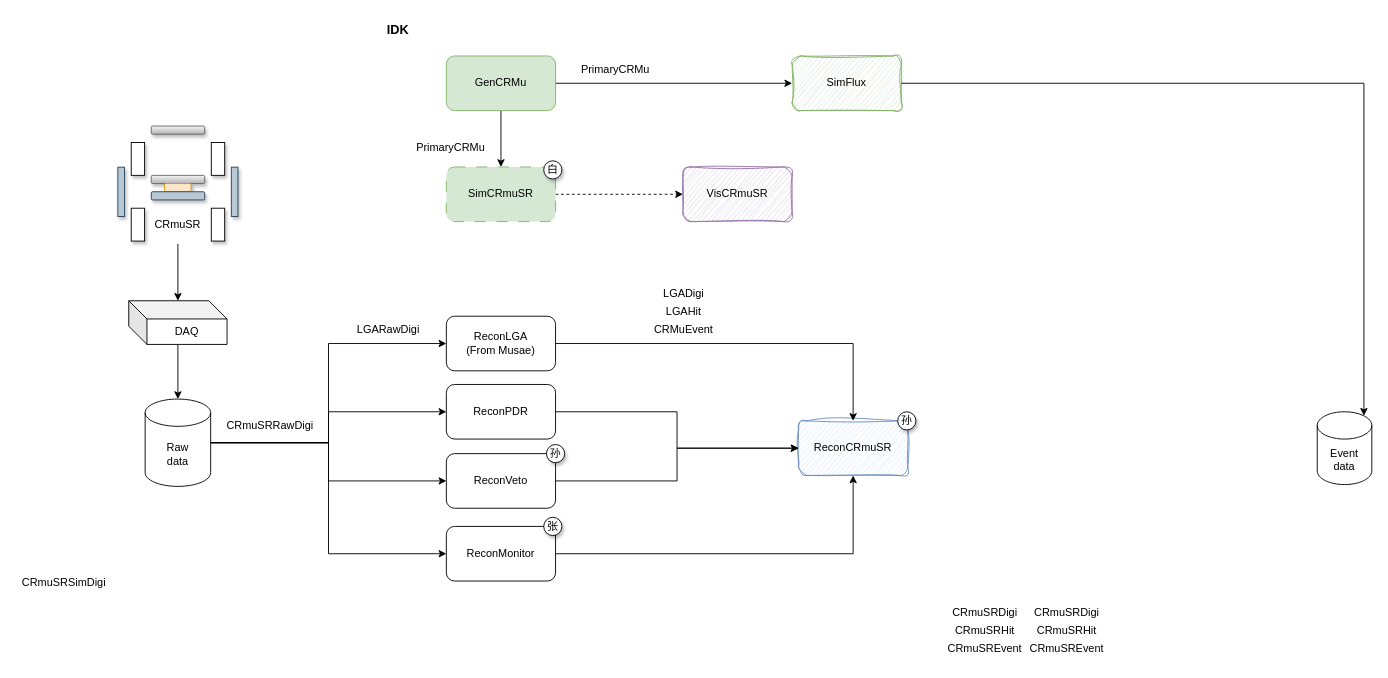
Above: CRmuSRRecon.drawio in Lawrence-Sun/diagrams (draw.io), before the change. Source tidied: cells renumbered, new cells numbered last; positions are measured from the earlier drawing's top-left corner, leaving out a move shared by most shapes. Both pictures are drawn from the tidied source at 91%, with x=0, y=0 at pixel (15, 15).
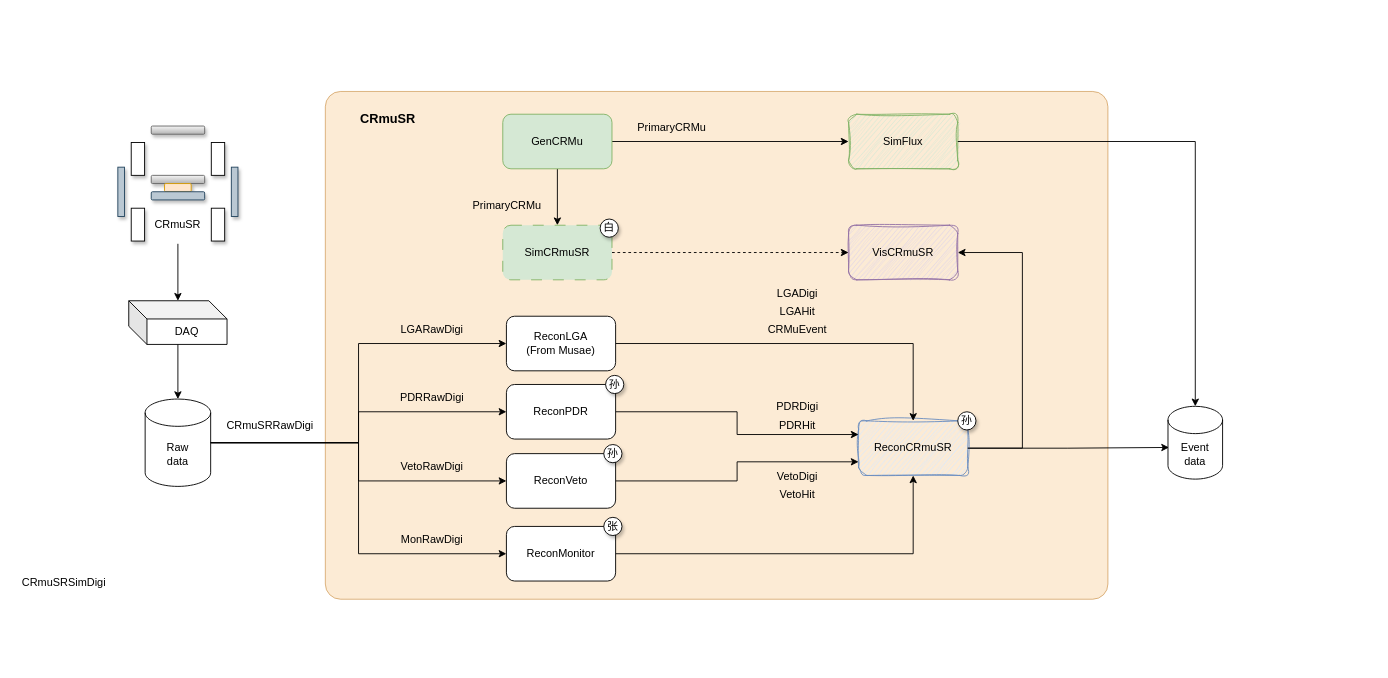
After the change.

What changed in the source:
```diff
@@
+    <mxCell id="59" style="rounded=1;whiteSpace=wrap;html=1;arcSize=3;fillColor=#fad7ac;strokeColor=#b46504;opacity=50;" parent="1" vertex="1">
+      <mxGeometry x="340" y="83" width="860" height="558" as="geometry" />
+    </mxCell>
+    <mxCell id="60" style="edgeStyle=orthogonalEdgeStyle;rounded=0;jettySize=auto;html=1;entryX=1;entryY=0.5;entryDx=0;entryDy=0;" parent="1" edge="1" source="2" target="4">
+      <mxGeometry relative="1" as="geometry">
+        <Array as="points">
+          <mxPoint x="1106" y="475" />
+          <mxPoint x="1106" y="260" />
+        </Array>
+      </mxGeometry>
+    </mxCell>
     <mxCell id="2" value="ReconCRmuSR" style="rounded=1;whiteSpace=wrap;html=1;fillColor=#dae8fc;strokeColor=#6c8ebf;sketch=1;curveFitting=1;jiggle=2;" parent="1" vertex="1">
-      <mxGeometry x="860" y="445" width="120" height="60" as="geometry" />
+      <mxGeometry x="926" y="445" width="120" height="60" as="geometry" />
     </mxCell>
     <mxCell id="3" value="Event&lt;div&gt;data&lt;/div&gt;" style="shape=cylinder3;whiteSpace=wrap;html=1;boundedLbl=1;backgroundOutline=1;size=15;" parent="1" vertex="1">
-      <mxGeometry x="1430" y="435" width="60" height="80" as="geometry" />
+      <mxGeometry x="1266" y="429" width="60" height="80" as="geometry" />
     </mxCell>
     <mxCell id="4" value="VisCRmuSR" style="rounded=1;whiteSpace=wrap;html=1;fillColor=#e1d5e7;strokeColor=#9673a6;sketch=1;curveFitting=1;jiggle=2;" parent="1" vertex="1">
-      <mxGeometry x="733" y="166" width="120" height="60" as="geometry" />
+      <mxGeometry x="915" y="230" width="120" height="60" as="geometry" />
     </mxCell>
@@
     <mxCell id="7" value="GenCRMu" style="rounded=1;whiteSpace=wrap;html=1;fillColor=#d5e8d4;strokeColor=#82b366;" parent="1" vertex="1">
-      <mxGeometry x="473" y="44" width="120" height="60" as="geometry" />
+      <mxGeometry x="535" y="108" width="120" height="60" as="geometry" />
     </mxCell>
@@
     <mxCell id="9" value="SimCRmuSR" style="rounded=1;whiteSpace=wrap;html=1;fillColor=#d5e8d4;strokeColor=#82b366;glass=0;dashed=1;dashPattern=12 12;" parent="1" vertex="1">
-      <mxGeometry x="473" y="166" width="120" height="60" as="geometry" />
+      <mxGeometry x="535" y="230" width="120" height="60" as="geometry" />
     </mxCell>
-    <mxCell id="10" value="&lt;b&gt;&lt;font style=&quot;font-size: 14px;&quot;&gt;IDK&lt;/font&gt;&lt;/b&gt;" style="text;html=1;whiteSpace=wrap;strokeColor=none;fillColor=none;align=center;verticalAlign=middle;rounded=0;" parent="1" vertex="1">
-      <mxGeometry x="390" width="60" height="30" as="geometry" />
+    <mxCell id="10" value="&lt;b&gt;&lt;font style=&quot;font-size: 14px;&quot;&gt;CRmuSR&lt;/font&gt;&lt;/b&gt;" style="text;html=1;whiteSpace=wrap;strokeColor=none;fillColor=none;align=center;verticalAlign=middle;rounded=0;" parent="1" vertex="1">
+      <mxGeometry x="379" y="98" width="60" height="30" as="geometry" />
     </mxCell>
     <mxCell id="11" value="SimFlux" style="rounded=1;whiteSpace=wrap;html=1;fillColor=#d5e8d4;strokeColor=#82b366;sketch=1;curveFitting=1;jiggle=2;" parent="1" vertex="1">
-      <mxGeometry x="853" y="44" width="120" height="60" as="geometry" />
+      <mxGeometry x="915" y="108" width="120" height="60" as="geometry" />
     </mxCell>
-    <mxCell id="12" style="edgeStyle=orthogonalEdgeStyle;rounded=0;jettySize=auto;html=1;entryX=0.855;entryY=0;entryDx=0;entryDy=4.35;entryPerimeter=0;" parent="1" edge="1" source="11" target="3">
+    <mxCell id="12" style="edgeStyle=orthogonalEdgeStyle;rounded=0;jettySize=auto;html=1;entryX=0.5;entryY=0;entryDx=0;entryDy=0;entryPerimeter=0;" parent="1" edge="1" source="11" target="3">
       <mxGeometry relative="1" as="geometry" />
     </mxCell>
     <mxCell id="13" value="白" style="ellipse;whiteSpace=wrap;html=1;shadow=1;" parent="1" vertex="1">
-      <mxGeometry x="580" y="159.2" width="20" height="20" as="geometry" />
+      <mxGeometry x="642" y="223.2" width="20" height="20" as="geometry" />
     </mxCell>
     <mxCell id="14" value="PrimaryCRMu" style="text;html=1;whiteSpace=wrap;strokeColor=none;fillColor=none;align=center;verticalAlign=middle;rounded=0;" parent="1" vertex="1">
-      <mxGeometry x="614" y="44" width="90" height="30" as="geometry" />
+      <mxGeometry x="676" y="108" width="90" height="30" as="geometry" />
     </mxCell>
     <mxCell id="15" value="PrimaryCRMu" style="text;html=1;whiteSpace=wrap;strokeColor=none;fillColor=none;align=center;verticalAlign=middle;rounded=0;" parent="1" vertex="1">
-      <mxGeometry x="433" y="130" width="90" height="30" as="geometry" />
+      <mxGeometry x="495" y="194" width="90" height="30" as="geometry" />
     </mxCell>
@@
-    <mxCell id="18" value="CRmuSRHit" style="text;html=1;whiteSpace=wrap;strokeColor=none;fillColor=none;align=center;verticalAlign=middle;rounded=0;" parent="1" vertex="1">
-      <mxGeometry x="1110" y="661" width="90" height="30" as="geometry" />
-    </mxCell>
-    <mxCell id="19" value="CRmuSRDigi" style="text;html=1;whiteSpace=wrap;strokeColor=none;fillColor=none;align=center;verticalAlign=middle;rounded=0;" parent="1" vertex="1">
-      <mxGeometry x="1110" y="641" width="90" height="30" as="geometry" />
-    </mxCell>
-    <mxCell id="20" value="CRmuSREvent" style="text;html=1;whiteSpace=wrap;strokeColor=none;fillColor=none;align=center;verticalAlign=middle;rounded=0;" parent="1" vertex="1">
-      <mxGeometry x="1110" y="681" width="90" height="30" as="geometry" />
-    </mxCell>
-    <mxCell id="21" value="CRmuSRHit" style="text;html=1;whiteSpace=wrap;strokeColor=none;fillColor=none;align=center;verticalAlign=middle;rounded=0;" parent="1" vertex="1">
-      <mxGeometry x="1020" y="661" width="90" height="30" as="geometry" />
-    </mxCell>
-    <mxCell id="22" value="CRmuSRDigi" style="text;html=1;whiteSpace=wrap;strokeColor=none;fillColor=none;align=center;verticalAlign=middle;rounded=0;" parent="1" vertex="1">
-      <mxGeometry x="1020" y="641" width="90" height="30" as="geometry" />
-    </mxCell>
-    <mxCell id="23" value="CRmuSREvent" style="text;html=1;whiteSpace=wrap;strokeColor=none;fillColor=none;align=center;verticalAlign=middle;rounded=0;" parent="1" vertex="1">
-      <mxGeometry x="1020" y="681" width="90" height="30" as="geometry" />
-    </mxCell>
@@
     <mxCell id="25" value="ReconLGA&lt;div&gt;(From Musae)&lt;/div&gt;" style="rounded=1;whiteSpace=wrap;html=1;" parent="1" vertex="1">
-      <mxGeometry x="473" y="330" width="120" height="60" as="geometry" />
+      <mxGeometry x="539" y="330" width="120" height="60" as="geometry" />
     </mxCell>
-    <mxCell id="26" style="edgeStyle=orthogonalEdgeStyle;rounded=0;jettySize=auto;html=1;" parent="1" edge="1" source="27" target="2">
+    <mxCell id="26" style="edgeStyle=orthogonalEdgeStyle;rounded=0;jettySize=auto;html=1;entryX=0;entryY=0.25;entryDx=0;entryDy=0;" parent="1" edge="1" source="27" target="2">
       <mxGeometry relative="1" as="geometry" />
     </mxCell>
     <mxCell id="27" value="ReconPDR" style="rounded=1;whiteSpace=wrap;html=1;" parent="1" vertex="1">
-      <mxGeometry x="473" y="405" width="120" height="60" as="geometry" />
+      <mxGeometry x="539" y="405" width="120" height="60" as="geometry" />
     </mxCell>
@@
     <mxCell id="29" value="ReconMonitor" style="rounded=1;whiteSpace=wrap;html=1;" parent="1" vertex="1">
-      <mxGeometry x="473" y="561" width="120" height="60" as="geometry" />
+      <mxGeometry x="539" y="561" width="120" height="60" as="geometry" />
     </mxCell>
-    <mxCell id="30" style="edgeStyle=orthogonalEdgeStyle;rounded=0;jettySize=auto;html=1;entryX=0;entryY=0.5;entryDx=0;entryDy=0;" parent="1" edge="1" source="31" target="2">
+    <mxCell id="30" style="edgeStyle=orthogonalEdgeStyle;rounded=0;jettySize=auto;html=1;entryX=0;entryY=0.75;entryDx=0;entryDy=0;" parent="1" edge="1" source="31" target="2">
       <mxGeometry relative="1" as="geometry" />
     </mxCell>
     <mxCell id="31" value="ReconVeto" style="rounded=1;whiteSpace=wrap;html=1;" parent="1" vertex="1">
-      <mxGeometry x="473" y="481" width="120" height="60" as="geometry" />
+      <mxGeometry x="539" y="481" width="120" height="60" as="geometry" />
     </mxCell>
@@
     <mxCell id="52" value="LGADigi" style="text;html=1;whiteSpace=wrap;strokeColor=none;fillColor=none;align=center;verticalAlign=middle;rounded=0;" parent="1" vertex="1">
-      <mxGeometry x="704" y="290" width="60" height="30" as="geometry" />
+      <mxGeometry x="829" y="290" width="60" height="30" as="geometry" />
     </mxCell>
-    <mxCell id="53" value="LGAHit" style="text;html=1;whiteSpace=wrap;strokeColor=none;fillColor=none;align=center;verticalAlign=middle;rounded=0;" parent="1" vertex="1">
-      <mxGeometry x="704" y="310" width="60" height="30" as="geometry" />
+    <mxCell id="53" value="LGAHit" style="text;html=1;whiteSpace=wrap;strokeColor=none;fillColor=none;align=center;verticalAlign=middle;rounded=0;fontColor=light-dark(#000000,#FF8000);" parent="1" vertex="1">
+      <mxGeometry x="829" y="310" width="60" height="30" as="geometry" />
     </mxCell>
-    <mxCell id="54" value="CRMuEvent" style="text;html=1;whiteSpace=wrap;strokeColor=none;fillColor=none;align=center;verticalAlign=middle;rounded=0;" parent="1" vertex="1">
-      <mxGeometry x="704" y="330" width="60" height="30" as="geometry" />
+    <mxCell id="54" value="CRMuEvent" style="text;html=1;whiteSpace=wrap;strokeColor=none;fillColor=none;align=center;verticalAlign=middle;rounded=0;fontColor=light-dark(#000000,#FF8000);" parent="1" vertex="1">
+      <mxGeometry x="829" y="330" width="60" height="30" as="geometry" />
     </mxCell>
     <mxCell id="55" value="LGARawDigi" style="text;html=1;whiteSpace=wrap;strokeColor=none;fillColor=none;align=center;verticalAlign=middle;rounded=0;" parent="1" vertex="1">
-      <mxGeometry x="360" y="330" width="99" height="30" as="geometry" />
+      <mxGeometry x="408" y="330" width="99" height="30" as="geometry" />
     </mxCell>
     <mxCell id="56" value="张" style="ellipse;whiteSpace=wrap;html=1;shadow=1;" parent="1" vertex="1">
-      <mxGeometry x="580" y="551" width="20" height="20" as="geometry" />
+      <mxGeometry x="646" y="551" width="20" height="20" as="geometry" />
     </mxCell>
     <mxCell id="57" value="孙" style="ellipse;whiteSpace=wrap;html=1;shadow=1;" parent="1" vertex="1">
-      <mxGeometry x="969" y="435" width="20" height="20" as="geometry" />
+      <mxGeometry x="1035" y="435" width="20" height="20" as="geometry" />
     </mxCell>
     <mxCell id="58" value="孙" style="ellipse;whiteSpace=wrap;html=1;shadow=1;" parent="1" vertex="1">
-      <mxGeometry x="583" y="471" width="20" height="20" as="geometry" />
+      <mxGeometry x="648" y="395" width="20" height="20" as="geometry" />
     </mxCell>
+    <mxCell id="61" value="PDRDigi" style="text;html=1;whiteSpace=wrap;strokeColor=none;fillColor=none;align=center;verticalAlign=middle;rounded=0;" parent="1" vertex="1">
+      <mxGeometry x="829" y="415" width="60" height="30" as="geometry" />
+    </mxCell>
+    <mxCell id="62" value="PDRHit" style="text;html=1;whiteSpace=wrap;strokeColor=none;fillColor=none;align=center;verticalAlign=middle;rounded=0;fontColor=light-dark(#000000,#FF8000);" parent="1" vertex="1">
+      <mxGeometry x="829" y="435" width="60" height="30" as="geometry" />
+    </mxCell>
+    <mxCell id="63" value="孙" style="ellipse;whiteSpace=wrap;html=1;shadow=1;" parent="1" vertex="1">
+      <mxGeometry x="646" y="471" width="20" height="20" as="geometry" />
+    </mxCell>
+    <mxCell id="64" value="VetoDigi" style="text;html=1;whiteSpace=wrap;strokeColor=none;fillColor=none;align=center;verticalAlign=middle;rounded=0;" parent="1" vertex="1">
+      <mxGeometry x="829" y="491" width="60" height="30" as="geometry" />
+    </mxCell>
+    <mxCell id="65" value="VetoHit" style="text;html=1;whiteSpace=wrap;strokeColor=none;fillColor=none;align=center;verticalAlign=middle;rounded=0;fontColor=light-dark(#000000,#FF8000);" parent="1" vertex="1">
+      <mxGeometry x="829" y="511" width="60" height="30" as="geometry" />
+    </mxCell>
+    <mxCell id="66" style="edgeStyle=orthogonalEdgeStyle;rounded=0;jettySize=auto;html=1;entryX=0.019;entryY=0.565;entryDx=0;entryDy=0;entryPerimeter=0;" parent="1" edge="1" source="2" target="3">
+      <mxGeometry relative="1" as="geometry" />
+    </mxCell>
+    <mxCell id="67" value="PDRRawDigi" style="text;html=1;whiteSpace=wrap;strokeColor=none;fillColor=none;align=center;verticalAlign=middle;rounded=0;" parent="1" vertex="1">
+      <mxGeometry x="408" y="405" width="99" height="30" as="geometry" />
+    </mxCell>
+    <mxCell id="68" value="MonRawDigi" style="text;html=1;whiteSpace=wrap;strokeColor=none;fillColor=none;align=center;verticalAlign=middle;rounded=0;" parent="1" vertex="1">
+      <mxGeometry x="408" y="561" width="99" height="30" as="geometry" />
+    </mxCell>
+    <mxCell id="69" value="VetoRawDigi" style="text;html=1;whiteSpace=wrap;strokeColor=none;fillColor=none;align=center;verticalAlign=middle;rounded=0;" parent="1" vertex="1">
+      <mxGeometry x="408" y="481" width="99" height="30" as="geometry" />
+    </mxCell>
```
